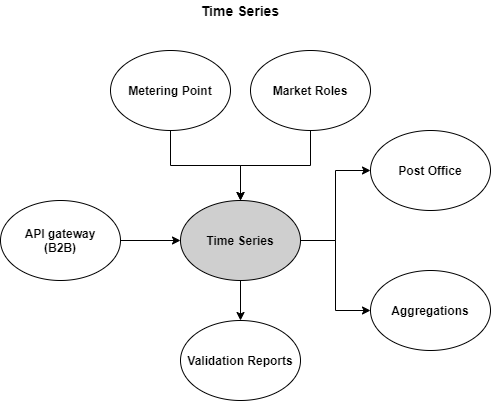
This is images/TimeSeriesContextStreams.png from Energinet-DataHub/ARCHIVED-geh-timeseries, a draw.io export, as it was before one commit. Source tidied: cells renumbered, new cells last; positions are measured from the earlier drawing's top-left corner, leaving out a move shared by most shapes. Its diagram source:
```xml
<mxGraphModel>
  <root>
    <mxCell id="0" />
    <mxCell id="1" parent="0" />
    <mxCell id="2" style="edgeStyle=orthogonalEdgeStyle;rounded=0;jettySize=auto;html=1;entryX=0;entryY=0.5;entryDx=0;entryDy=0;" parent="1" edge="1" source="4" target="10">
      <mxGeometry relative="1" as="geometry" />
    </mxCell>
    <mxCell id="3" style="edgeStyle=orthogonalEdgeStyle;rounded=0;jettySize=auto;html=1;" parent="1" edge="1" source="4" target="8">
      <mxGeometry relative="1" as="geometry" />
    </mxCell>
    <mxCell id="4" value="&lt;b&gt;Time Series&lt;/b&gt;" style="ellipse;whiteSpace=wrap;html=1;fillColor=#CFCFCF;" parent="1" vertex="1">
      <mxGeometry x="180" y="200" width="120" height="80" as="geometry" />
    </mxCell>
    <mxCell id="5" style="edgeStyle=orthogonalEdgeStyle;rounded=0;jettySize=auto;html=1;" parent="1" edge="1" source="6" target="4">
      <mxGeometry relative="1" as="geometry" />
    </mxCell>
    <mxCell id="6" value="&lt;b&gt;API gateway&lt;br&gt;(B2B)&lt;br&gt;&lt;/b&gt;" style="ellipse;whiteSpace=wrap;html=1;" parent="1" vertex="1">
      <mxGeometry y="200" width="120" height="80" as="geometry" />
    </mxCell>
    <mxCell id="7" value="&lt;b&gt;Post Office&lt;/b&gt;" style="ellipse;whiteSpace=wrap;html=1;" parent="1" vertex="1">
      <mxGeometry x="370" y="130" width="120" height="80" as="geometry" />
    </mxCell>
    <mxCell id="8" value="&lt;b&gt;Validation Reports&lt;/b&gt;" style="ellipse;whiteSpace=wrap;html=1;" parent="1" vertex="1">
      <mxGeometry x="180" y="320" width="120" height="80" as="geometry" />
    </mxCell>
    <mxCell id="9" value="&lt;b&gt;&lt;font style=&quot;font-size: 14px&quot;&gt;Time Series&lt;/font&gt;&lt;/b&gt;" style="text;html=1;strokeColor=none;fillColor=none;align=center;verticalAlign=middle;whiteSpace=wrap;rounded=0;" parent="1" vertex="1">
      <mxGeometry x="140" width="200" height="20" as="geometry" />
    </mxCell>
    <mxCell id="10" value="&lt;b&gt;Aggregations&lt;/b&gt;" style="ellipse;whiteSpace=wrap;html=1;" parent="1" vertex="1">
      <mxGeometry x="370" y="270" width="120" height="80" as="geometry" />
    </mxCell>
    <mxCell id="11" style="edgeStyle=orthogonalEdgeStyle;rounded=0;jettySize=auto;html=1;entryX=0;entryY=0.5;entryDx=0;entryDy=0;exitX=1;exitY=0.5;exitDx=0;exitDy=0;" parent="1" edge="1" source="4" target="7">
      <mxGeometry relative="1" as="geometry" />
    </mxCell>
    <mxCell id="12" style="edgeStyle=orthogonalEdgeStyle;rounded=0;jettySize=auto;html=1;" parent="1" edge="1" source="13" target="4">
      <mxGeometry relative="1" as="geometry" />
    </mxCell>
    <mxCell id="13" value="&lt;b&gt;Market Roles&lt;/b&gt;" style="ellipse;whiteSpace=wrap;html=1;" parent="1" vertex="1">
      <mxGeometry x="250" y="50" width="120" height="80" as="geometry" />
    </mxCell>
    <mxCell id="14" style="edgeStyle=orthogonalEdgeStyle;rounded=0;jettySize=auto;html=1;entryX=0.5;entryY=0;entryDx=0;entryDy=0;" parent="1" edge="1" source="15" target="4">
      <mxGeometry relative="1" as="geometry" />
    </mxCell>
    <mxCell id="15" value="&lt;b&gt;Metering Point&lt;/b&gt;" style="ellipse;whiteSpace=wrap;html=1;" parent="1" vertex="1">
      <mxGeometry x="110" y="50" width="120" height="80" as="geometry" />
    </mxCell>
  </root>
</mxGraphModel>
```
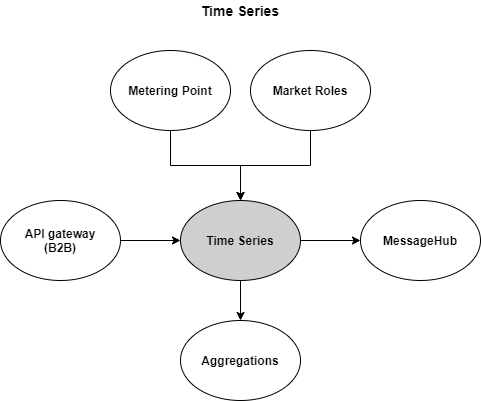
After the commit.

Commit message:
Updated Arch and Context diagrams

Change to the diagram source:
```diff
@@ -2,11 +2,10 @@
   <root>
     <mxCell id="0" />
     <mxCell id="1" parent="0" />
-    <mxCell id="2" style="edgeStyle=orthogonalEdgeStyle;rounded=0;jettySize=auto;html=1;entryX=0;entryY=0.5;entryDx=0;entryDy=0;" parent="1" edge="1" source="4" target="10">
-      <mxGeometry relative="1" as="geometry" />
-    </mxCell>
-    <mxCell id="3" style="edgeStyle=orthogonalEdgeStyle;rounded=0;jettySize=auto;html=1;" parent="1" edge="1" source="4" target="8">
-      <mxGeometry relative="1" as="geometry" />
+    <mxCell id="3" style="edgeStyle=orthogonalEdgeStyle;rounded=0;jettySize=auto;html=1;" parent="1" edge="1" source="4">
+      <mxGeometry relative="1" as="geometry">
+        <mxPoint x="240" y="320" as="targetPoint" />
+      </mxGeometry>
     </mxCell>
     <mxCell id="4" value="&lt;b&gt;Time Series&lt;/b&gt;" style="ellipse;whiteSpace=wrap;html=1;fillColor=#CFCFCF;" parent="1" vertex="1">
       <mxGeometry x="180" y="200" width="120" height="80" as="geometry" />
@@ -17,17 +16,14 @@
     <mxCell id="6" value="&lt;b&gt;API gateway&lt;br&gt;(B2B)&lt;br&gt;&lt;/b&gt;" style="ellipse;whiteSpace=wrap;html=1;" parent="1" vertex="1">
       <mxGeometry y="200" width="120" height="80" as="geometry" />
     </mxCell>
-    <mxCell id="7" value="&lt;b&gt;Post Office&lt;/b&gt;" style="ellipse;whiteSpace=wrap;html=1;" parent="1" vertex="1">
-      <mxGeometry x="370" y="130" width="120" height="80" as="geometry" />
+    <mxCell id="7" value="&lt;b&gt;MessageHub&lt;/b&gt;" style="ellipse;whiteSpace=wrap;html=1;" parent="1" vertex="1">
+      <mxGeometry x="360" y="200" width="120" height="80" as="geometry" />
     </mxCell>
-    <mxCell id="8" value="&lt;b&gt;Validation Reports&lt;/b&gt;" style="ellipse;whiteSpace=wrap;html=1;" parent="1" vertex="1">
-      <mxGeometry x="180" y="320" width="120" height="80" as="geometry" />
-    </mxCell>
     <mxCell id="9" value="&lt;b&gt;&lt;font style=&quot;font-size: 14px&quot;&gt;Time Series&lt;/font&gt;&lt;/b&gt;" style="text;html=1;strokeColor=none;fillColor=none;align=center;verticalAlign=middle;whiteSpace=wrap;rounded=0;" parent="1" vertex="1">
       <mxGeometry x="140" width="200" height="20" as="geometry" />
     </mxCell>
     <mxCell id="10" value="&lt;b&gt;Aggregations&lt;/b&gt;" style="ellipse;whiteSpace=wrap;html=1;" parent="1" vertex="1">
-      <mxGeometry x="370" y="270" width="120" height="80" as="geometry" />
+      <mxGeometry x="180" y="320" width="120" height="80" as="geometry" />
     </mxCell>
     <mxCell id="11" style="edgeStyle=orthogonalEdgeStyle;rounded=0;jettySize=auto;html=1;entryX=0;entryY=0.5;entryDx=0;entryDy=0;exitX=1;exitY=0.5;exitDx=0;exitDy=0;" parent="1" edge="1" source="4" target="7">
       <mxGeometry relative="1" as="geometry" />
```
